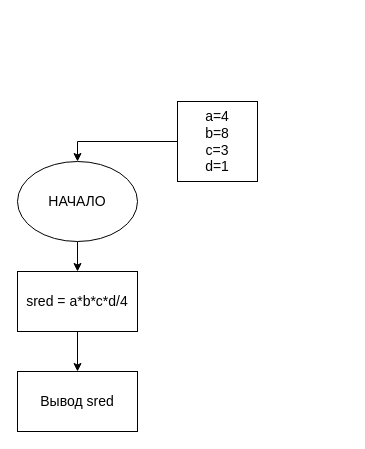
Earlier version of the draw.io diagram page "Страница 1" (1 of 2) of дз1.drawio (Semiranov/BlokShemi). Source tidied: cells renumbered, new cells numbered last; positions are measured from the earlier drawing's top-left corner, leaving out a move shared by most shapes. Both pictures are drawn from the tidied source at 100%, with x=0, y=0 at pixel (17, 101).
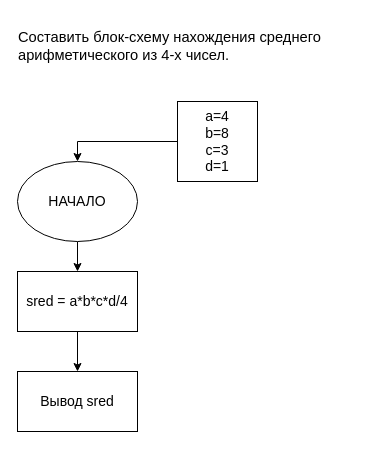
The same diagram, later.

Diff of the diagram source:
```diff
@@
 <mxGraphModel>
   <root>
     <mxCell id="0" />
     <mxCell id="1" parent="0" />
     <mxCell id="2" style="edgeStyle=orthogonalEdgeStyle;rounded=0;jettySize=auto;html=1;exitX=0.5;exitY=1;exitDx=0;exitDy=0;entryX=0.5;entryY=0;entryDx=0;entryDy=0;fontSize=14;" parent="1" edge="1" source="3" target="7">
       <mxGeometry relative="1" as="geometry" />
     </mxCell>
     <mxCell id="3" value="НАЧАЛО" style="ellipse;whiteSpace=wrap;html=1;fontSize=14;" parent="1" vertex="1">
       <mxGeometry y="60" width="120" height="80" as="geometry" />
     </mxCell>
     <mxCell id="4" style="edgeStyle=orthogonalEdgeStyle;rounded=0;jettySize=auto;html=1;entryX=0.5;entryY=0;entryDx=0;entryDy=0;fontSize=14;" parent="1" edge="1" source="5" target="3">
       <mxGeometry relative="1" as="geometry">
         <Array as="points">
           <mxPoint x="60" y="40" />
         </Array>
       </mxGeometry>
     </mxCell>
     <mxCell id="5" value="a=4&lt;br style=&quot;font-size: 14px;&quot;&gt;b=8&lt;br style=&quot;font-size: 14px;&quot;&gt;c=3&lt;br style=&quot;font-size: 14px;&quot;&gt;d=1" style="whiteSpace=wrap;html=1;fontSize=14;" parent="1" vertex="1">
       <mxGeometry x="160" width="80" height="80" as="geometry" />
     </mxCell>
     <mxCell id="6" style="edgeStyle=orthogonalEdgeStyle;rounded=0;jettySize=auto;html=1;exitX=0.5;exitY=1;exitDx=0;exitDy=0;entryX=0.5;entryY=0;entryDx=0;entryDy=0;fontSize=14;" parent="1" edge="1" source="7" target="8">
       <mxGeometry relative="1" as="geometry" />
     </mxCell>
     <mxCell id="7" value="sred = a*b*c*d/4" style="rounded=0;whiteSpace=wrap;html=1;fontSize=14;" parent="1" vertex="1">
       <mxGeometry y="170" width="120" height="60" as="geometry" />
     </mxCell>
     <mxCell id="8" value="Вывод sred" style="rounded=0;whiteSpace=wrap;html=1;fontSize=14;" parent="1" vertex="1">
       <mxGeometry y="270" width="120" height="60" as="geometry" />
     </mxCell>
+    <mxCell id="9" value="&lt;div style=&quot;text-align: start;&quot; title=&quot;Page 1&quot; class=&quot;page&quot;&gt;&lt;div style=&quot;background-color: rgb(255, 255, 255);&quot; class=&quot;section&quot;&gt;&lt;div class=&quot;layoutArea&quot;&gt;&lt;div class=&quot;column&quot;&gt;&lt;p&gt;&lt;span style=&quot;font-size: 11pt; font-family: ArialMT;&quot;&gt;Составить блок-схему нахождения среднего арифметического из 4-х чисел.&lt;/span&gt;&lt;/p&gt;&lt;/div&gt;&lt;/div&gt;&lt;/div&gt;&lt;/div&gt;" style="text;html=1;strokeColor=none;fillColor=none;align=center;verticalAlign=middle;whiteSpace=wrap;rounded=0;" parent="1" vertex="1">
+      <mxGeometry y="-70" width="330" height="30" as="geometry" />
+    </mxCell>
   </root>
 </mxGraphModel>
```
